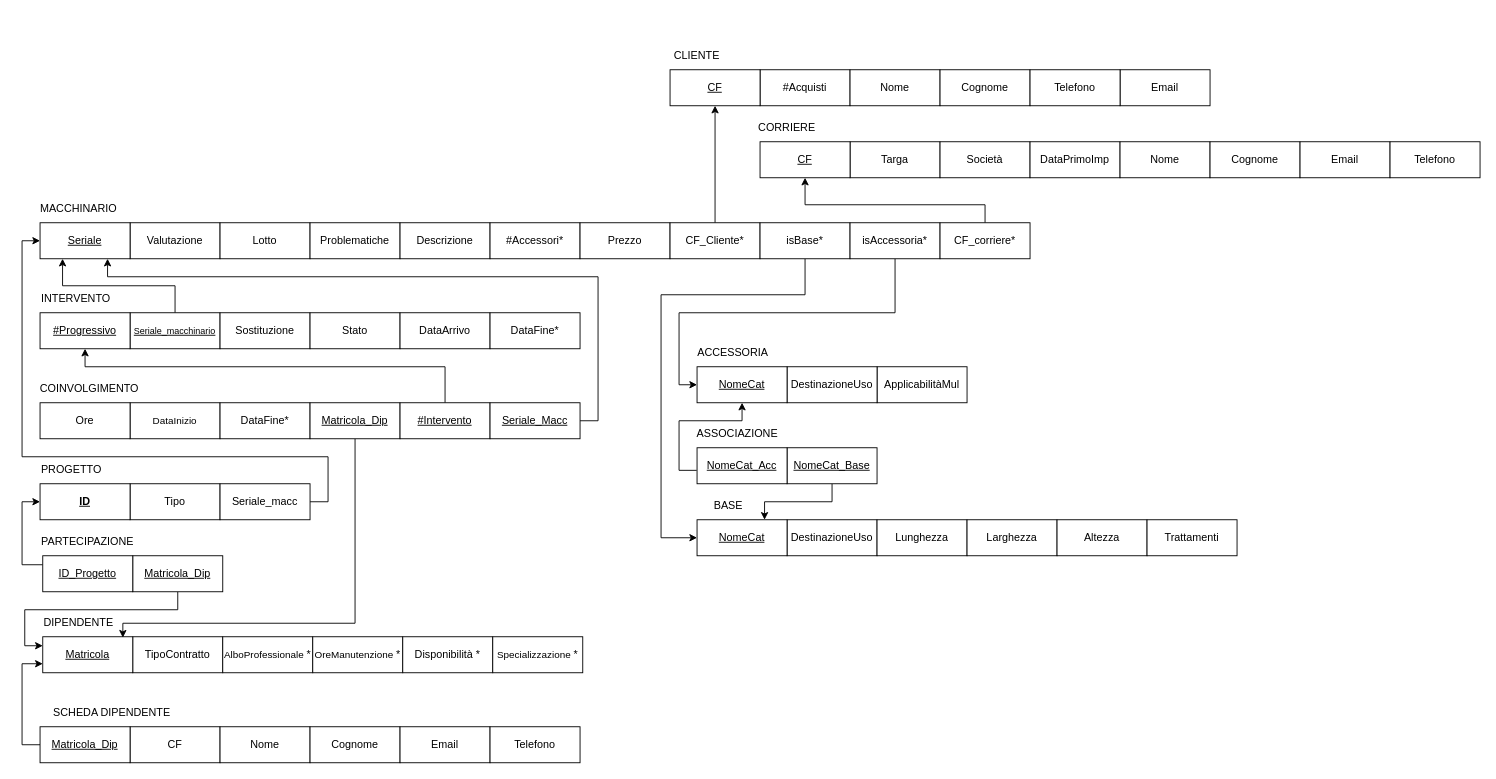
MicheleRabesco/MacchinariEstetici keeps this draw.io diagram as PrimaFase/Mapping.drawio. Above is the earlier version. Source tidied: cells renumbered, new cells numbered last; positions are measured from the earlier drawing's top-left corner, leaving out a move shared by most shapes. Both pictures are drawn from the tidied source at 90%, with x=0, y=0 at pixel (22, 42).
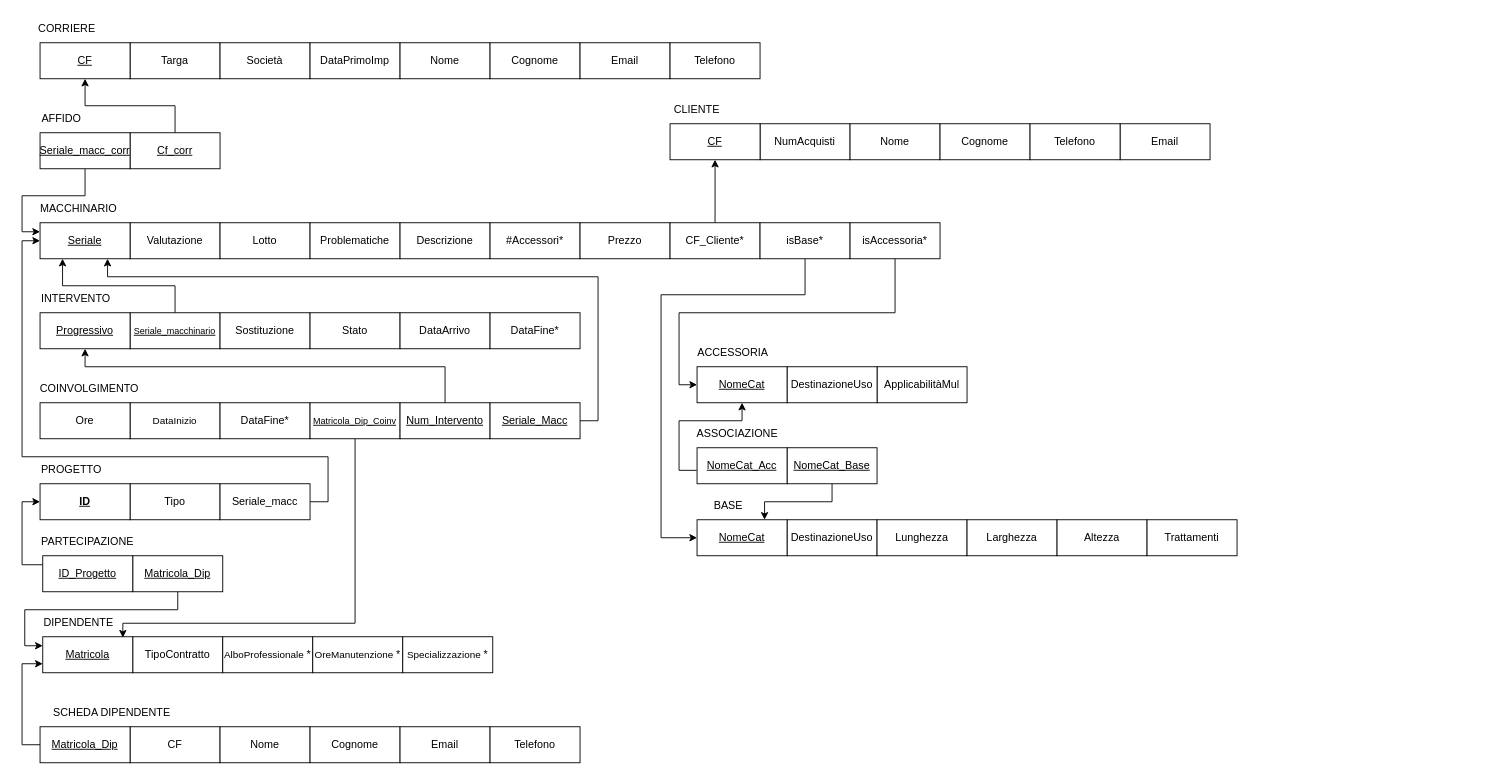
After the change.

The change refers to these unchanged cells:
```xml
<mxCell id="3" value="&lt;u&gt;Seriale&lt;/u&gt;" style="whiteSpace=wrap;html=1;align=center;" parent="1" vertex="1">
  <mxGeometry x="20" y="200" width="100" height="40" as="geometry" />
</mxCell>
```

The edit, as a diff of the source:
```diff
@@
-    <mxCell id="21" value="#Acquisti" style="whiteSpace=wrap;html=1;align=center;" parent="1" vertex="1">
-      <mxGeometry x="820" y="30" width="100" height="40" as="geometry" />
+    <mxCell id="21" value="NumAcquisti" style="whiteSpace=wrap;html=1;align=center;" parent="1" vertex="1">
+      <mxGeometry x="820" y="90" width="100" height="40" as="geometry" />
     </mxCell>
     <mxCell id="22" value="&lt;u&gt;CF&lt;/u&gt;" style="whiteSpace=wrap;html=1;align=center;" parent="1" vertex="1">
-      <mxGeometry x="720" y="30" width="100" height="40" as="geometry" />
+      <mxGeometry x="720" y="90" width="100" height="40" as="geometry" />
     </mxCell>
     <mxCell id="23" value="CLIENTE" style="text;html=1;strokeColor=none;fillColor=none;align=center;verticalAlign=middle;whiteSpace=wrap;rounded=0;" parent="1" vertex="1">
-      <mxGeometry x="720" width="60" height="30" as="geometry" />
+      <mxGeometry x="720" y="60" width="60" height="30" as="geometry" />
     </mxCell>
     <mxCell id="24" value="Nome" style="whiteSpace=wrap;html=1;align=center;" parent="1" vertex="1">
-      <mxGeometry x="920" y="30" width="100" height="40" as="geometry" />
+      <mxGeometry x="920" y="90" width="100" height="40" as="geometry" />
     </mxCell>
     <mxCell id="25" value="Cognome" style="whiteSpace=wrap;html=1;align=center;" parent="1" vertex="1">
-      <mxGeometry x="1020" y="30" width="100" height="40" as="geometry" />
+      <mxGeometry x="1020" y="90" width="100" height="40" as="geometry" />
     </mxCell>
     <mxCell id="26" value="Email" style="whiteSpace=wrap;html=1;align=center;" parent="1" vertex="1">
-      <mxGeometry x="1220" y="30" width="100" height="40" as="geometry" />
+      <mxGeometry x="1220" y="90" width="100" height="40" as="geometry" />
     </mxCell>
     <mxCell id="27" value="Telefono" style="whiteSpace=wrap;html=1;align=center;" parent="1" vertex="1">
-      <mxGeometry x="1120" y="30" width="100" height="40" as="geometry" />
+      <mxGeometry x="1120" y="90" width="100" height="40" as="geometry" />
     </mxCell>
     <mxCell id="28" value="Targa" style="whiteSpace=wrap;html=1;align=center;" parent="1" vertex="1">
-      <mxGeometry x="920" y="110" width="100" height="40" as="geometry" />
+      <mxGeometry x="120" width="100" height="40" as="geometry" />
     </mxCell>
     <mxCell id="29" value="&lt;u&gt;CF&lt;/u&gt;" style="whiteSpace=wrap;html=1;align=center;" parent="1" vertex="1">
-      <mxGeometry x="820" y="110" width="100" height="40" as="geometry" />
+      <mxGeometry x="20" width="100" height="40" as="geometry" />
     </mxCell>
     <mxCell id="30" value="CORRIERE" style="text;html=1;strokeColor=none;fillColor=none;align=center;verticalAlign=middle;whiteSpace=wrap;rounded=0;" parent="1" vertex="1">
-      <mxGeometry x="820" y="80" width="60" height="30" as="geometry" />
+      <mxGeometry x="20" y="-30" width="60" height="30" as="geometry" />
     </mxCell>
     <mxCell id="31" value="Società" style="whiteSpace=wrap;html=1;align=center;" parent="1" vertex="1">
-      <mxGeometry x="1020" y="110" width="100" height="40" as="geometry" />
+      <mxGeometry x="220" width="100" height="40" as="geometry" />
     </mxCell>
     <mxCell id="32" value="DataPrimoImp" style="whiteSpace=wrap;html=1;align=center;" parent="1" vertex="1">
-      <mxGeometry x="1120" y="110" width="100" height="40" as="geometry" />
+      <mxGeometry x="320" width="100" height="40" as="geometry" />
     </mxCell>
@@
-    <mxCell id="35" value="&lt;u&gt;#Progressivo&lt;/u&gt;" style="whiteSpace=wrap;html=1;align=center;" parent="1" vertex="1">
+    <mxCell id="35" value="&lt;u&gt;Progressivo&lt;/u&gt;" style="whiteSpace=wrap;html=1;align=center;" parent="1" vertex="1">
       <mxGeometry x="20" y="300" width="100" height="40" as="geometry" />
     </mxCell>
@@
-    <mxCell id="49" value="Disponibilità *" style="whiteSpace=wrap;html=1;align=center;" parent="1" vertex="1">
-      <mxGeometry x="423" y="660" width="100" height="40" as="geometry" />
-    </mxCell>
     <mxCell id="50" value="&lt;font style=&quot;font-size: 11px&quot;&gt;Specializzazione &lt;/font&gt;*" style="whiteSpace=wrap;html=1;align=center;" parent="1" vertex="1">
-      <mxGeometry x="523" y="660" width="100" height="40" as="geometry" />
+      <mxGeometry x="423" y="660" width="100" height="40" as="geometry" />
     </mxCell>
@@
-    <mxCell id="65" style="edgeStyle=orthogonalEdgeStyle;rounded=0;jettySize=auto;html=1;entryX=0.5;entryY=1;entryDx=0;entryDy=0;" parent="1" edge="1" source="66">
-      <mxGeometry relative="1" as="geometry">
-        <mxPoint x="870" y="150" as="targetPoint" />
-        <Array as="points">
-          <mxPoint x="1070" y="180" />
-          <mxPoint x="870" y="180" />
-        </Array>
-      </mxGeometry>
-    </mxCell>
-    <mxCell id="66" value="CF_corriere*" style="whiteSpace=wrap;html=1;align=center;" parent="1" vertex="1">
-      <mxGeometry x="1020" y="200" width="100" height="40" as="geometry" />
-    </mxCell>
@@
     <mxCell id="72" value="Nome" style="whiteSpace=wrap;html=1;align=center;" parent="1" vertex="1">
-      <mxGeometry x="1220" y="110" width="100" height="40" as="geometry" />
+      <mxGeometry x="420" width="100" height="40" as="geometry" />
     </mxCell>
     <mxCell id="73" value="Cognome" style="whiteSpace=wrap;html=1;align=center;" parent="1" vertex="1">
-      <mxGeometry x="1320" y="110" width="100" height="40" as="geometry" />
+      <mxGeometry x="520" width="100" height="40" as="geometry" />
     </mxCell>
     <mxCell id="74" value="Email" style="whiteSpace=wrap;html=1;align=center;" parent="1" vertex="1">
-      <mxGeometry x="1420" y="110" width="100" height="40" as="geometry" />
+      <mxGeometry x="620" width="100" height="40" as="geometry" />
     </mxCell>
     <mxCell id="75" value="Telefono" style="whiteSpace=wrap;html=1;align=center;" parent="1" vertex="1">
-      <mxGeometry x="1520" y="110" width="100" height="40" as="geometry" />
+      <mxGeometry x="720" width="100" height="40" as="geometry" />
     </mxCell>
@@
-    <mxCell id="83" value="&lt;u&gt;Matricola_Dip&lt;/u&gt;" style="whiteSpace=wrap;html=1;align=center;" parent="1" vertex="1">
+    <mxCell id="83" value="&lt;u&gt;&lt;font style=&quot;font-size: 10px&quot;&gt;Matricola_Dip_Coinv&lt;/font&gt;&lt;/u&gt;" style="whiteSpace=wrap;html=1;align=center;" parent="1" vertex="1">
       <mxGeometry x="320" y="400" width="100" height="40" as="geometry" />
     </mxCell>
@@
-    <mxCell id="85" value="&lt;u&gt;#Intervento&lt;/u&gt;" style="whiteSpace=wrap;html=1;align=center;" parent="1" vertex="1">
+    <mxCell id="85" value="&lt;u&gt;Num_Intervento&lt;/u&gt;" style="whiteSpace=wrap;html=1;align=center;" parent="1" vertex="1">
       <mxGeometry x="420" y="400" width="100" height="40" as="geometry" />
     </mxCell>
@@
+    <mxCell id="93" style="edgeStyle=orthogonalEdgeStyle;rounded=0;jettySize=auto;html=1;entryX=0.5;entryY=1;entryDx=0;entryDy=0;" parent="1" edge="1" source="94" target="29">
+      <mxGeometry relative="1" as="geometry" />
+    </mxCell>
+    <mxCell id="94" value="&lt;u&gt;Cf_corr&lt;/u&gt;" style="whiteSpace=wrap;html=1;align=center;" parent="1" vertex="1">
+      <mxGeometry x="120" y="100" width="100" height="40" as="geometry" />
+    </mxCell>
+    <mxCell id="95" style="edgeStyle=orthogonalEdgeStyle;rounded=0;jettySize=auto;html=1;entryX=0;entryY=0.25;entryDx=0;entryDy=0;" parent="1" edge="1" source="96" target="3">
+      <mxGeometry relative="1" as="geometry" />
+    </mxCell>
+    <mxCell id="96" value="&lt;u&gt;Seriale_macc_corr&lt;/u&gt;" style="whiteSpace=wrap;html=1;align=center;" parent="1" vertex="1">
+      <mxGeometry x="20" y="100" width="100" height="40" as="geometry" />
+    </mxCell>
+    <mxCell id="97" value="AFFIDO" style="text;html=1;strokeColor=none;fillColor=none;align=left;verticalAlign=middle;whiteSpace=wrap;rounded=0;" parent="1" vertex="1">
+      <mxGeometry x="20" y="70" width="90" height="30" as="geometry" />
+    </mxCell>
```
